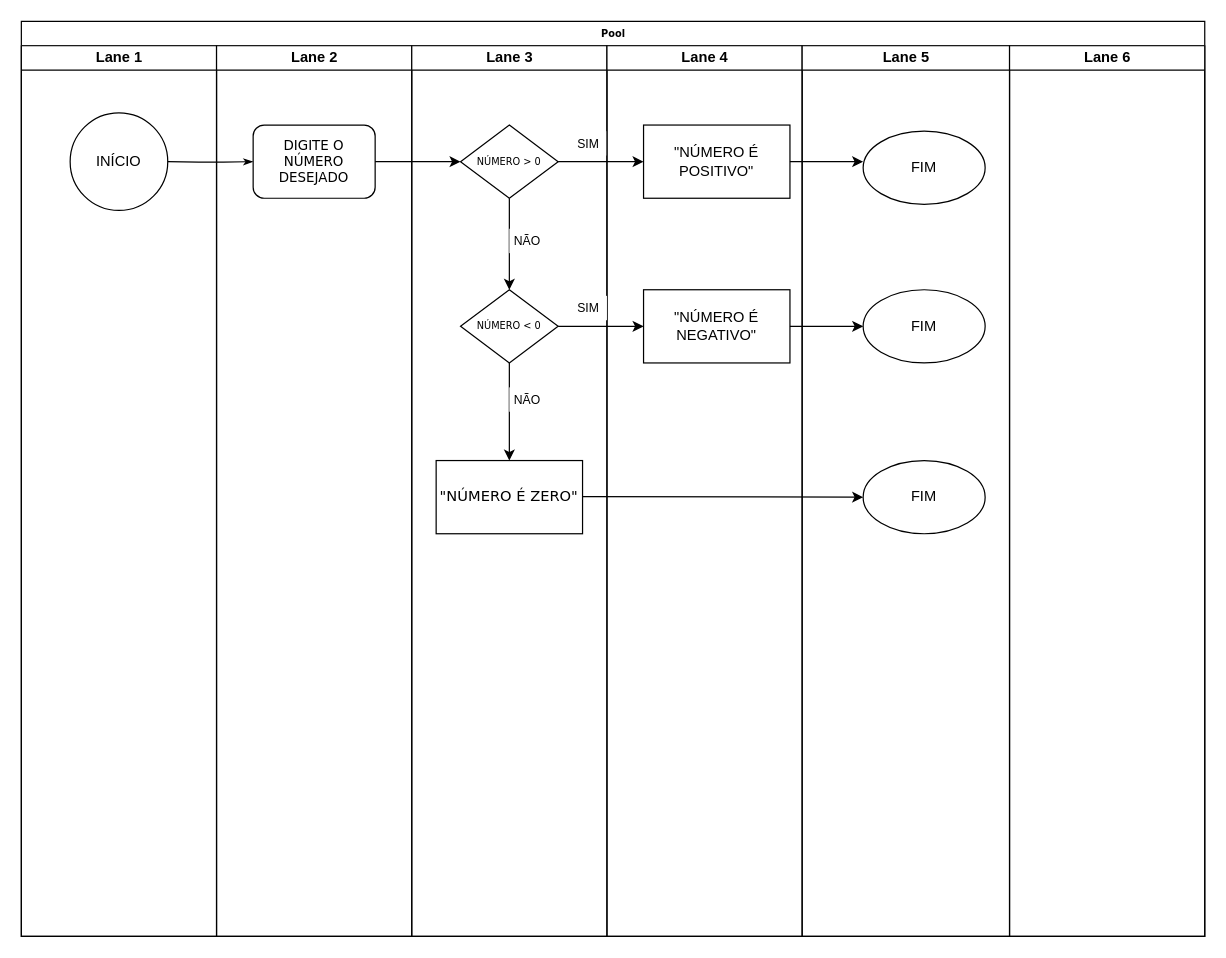
miguelbucker/python keeps this draw.io diagram as Diagrama sem nome.drawio. Above is the earlier version. Source tidied: cells renumbered, new cells numbered last; positions are measured from the earlier drawing's top-left corner, leaving out a move shared by most shapes. Both pictures are drawn from the tidied source at 122%, with x=0, y=0 at pixel (21, 21).
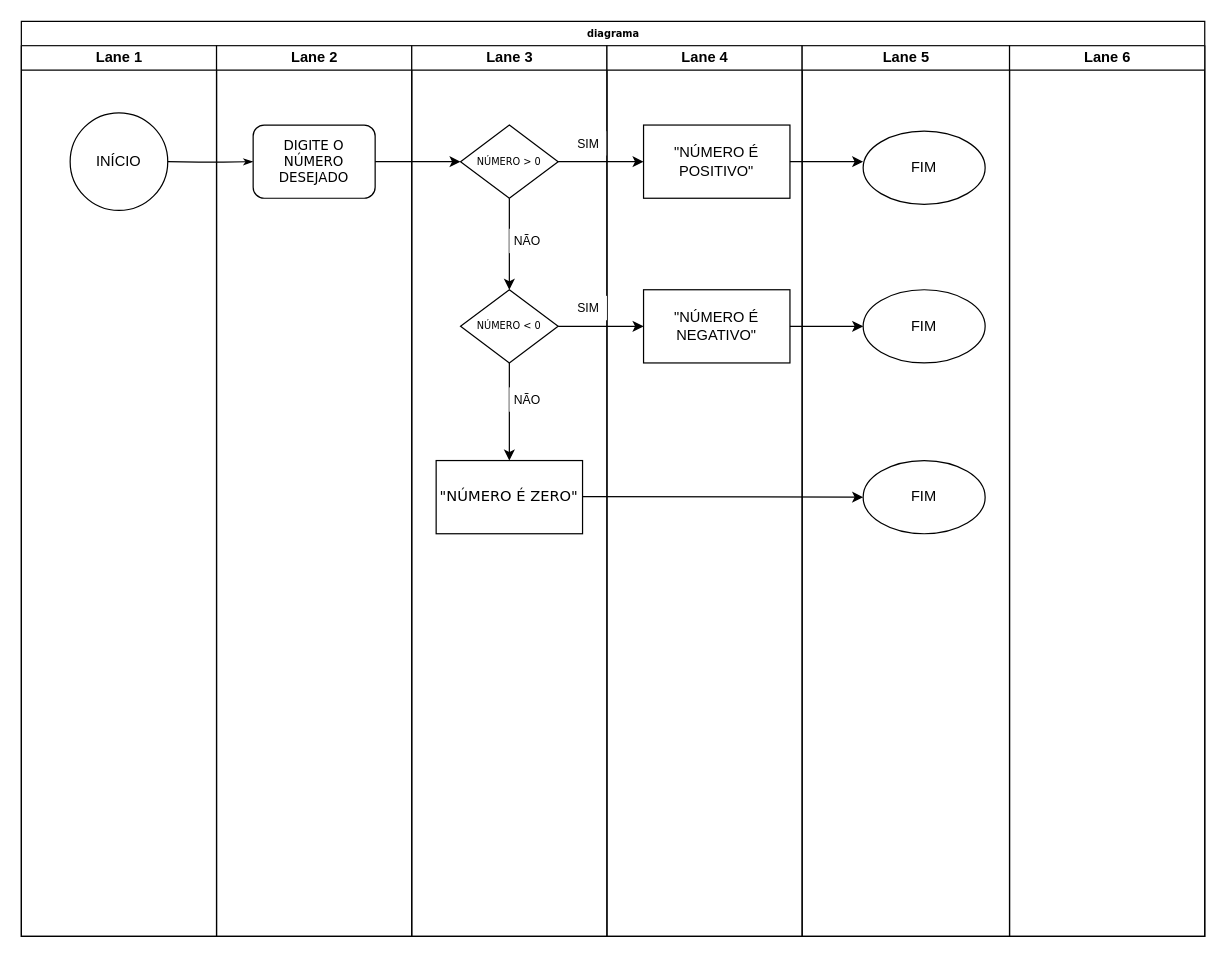
The same diagram, later.

The edit, as a diff of the source:
```diff
@@
-    <mxCell id="2" value="Pool" style="swimlane;html=1;startSize=20;rounded=0;shadow=0;labelBackgroundColor=none;strokeWidth=1;fontFamily=Verdana;fontSize=8;align=center;" parent="1" vertex="1">
+    <mxCell id="2" value="diagrama" style="swimlane;html=1;startSize=20;rounded=0;shadow=0;labelBackgroundColor=none;strokeWidth=1;fontFamily=Verdana;fontSize=8;align=center;" parent="1" vertex="1">
       <mxGeometry width="970" height="750" as="geometry" />
     </mxCell>
```
